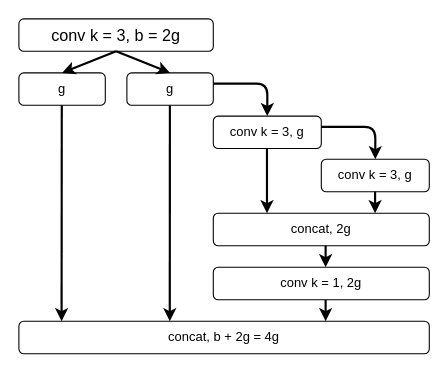
zjie134/blog_pic keeps this draw.io diagram as CSPOSANet.drawio. Above is the earlier version. Source tidied: cells renumbered, new cells numbered last; positions are measured from the earlier drawing's top-left corner, leaving out a move shared by most shapes. Both pictures are drawn from the tidied source at 108%, with x=0, y=0 at pixel (18, 18).
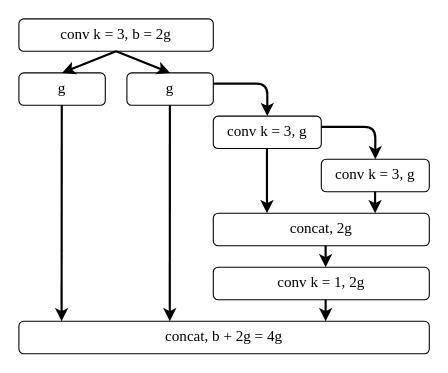
The same diagram, later.

Change to the diagram source:
```diff
@@
-    <mxCell id="2" value="&lt;font style=&quot;font-size: 15px&quot;&gt;conv k = 3, b = 2g&lt;/font&gt;" style="rounded=1;whiteSpace=wrap;html=1;" parent="1" vertex="1">
+    <mxCell id="2" value="&lt;font style=&quot;font-size: 14px&quot;&gt;conv k = 3, b = 2g&lt;/font&gt;" style="rounded=1;whiteSpace=wrap;html=1;verticalAlign=middle;fontFamily=Times New Roman;" parent="1" vertex="1">
       <mxGeometry width="180" height="30" as="geometry" />
     </mxCell>
-    <mxCell id="3" value="g" style="rounded=1;whiteSpace=wrap;html=1;" parent="1" vertex="1">
+    <mxCell id="3" value="&lt;font style=&quot;font-size: 14px&quot;&gt;g&lt;/font&gt;" style="rounded=1;whiteSpace=wrap;html=1;verticalAlign=middle;fontFamily=Times New Roman;" parent="1" vertex="1">
       <mxGeometry y="50" width="80" height="30" as="geometry" />
     </mxCell>
-    <mxCell id="4" value="g" style="rounded=1;whiteSpace=wrap;html=1;" parent="1" vertex="1">
+    <mxCell id="4" value="&lt;font style=&quot;font-size: 14px&quot;&gt;g&lt;/font&gt;" style="rounded=1;whiteSpace=wrap;html=1;verticalAlign=middle;fontFamily=Times New Roman;" parent="1" vertex="1">
       <mxGeometry x="100" y="50" width="80" height="30" as="geometry" />
     </mxCell>
-    <mxCell id="5" value="conv k = 3, g" style="rounded=1;whiteSpace=wrap;html=1;" parent="1" vertex="1">
+    <mxCell id="5" value="&lt;font style=&quot;font-size: 14px&quot;&gt;conv k = 3, g&lt;/font&gt;" style="rounded=1;whiteSpace=wrap;html=1;verticalAlign=middle;fontFamily=Times New Roman;" parent="1" vertex="1">
       <mxGeometry x="180" y="90" width="100" height="30" as="geometry" />
     </mxCell>
-    <mxCell id="6" value="conv k = 3, g" style="rounded=1;whiteSpace=wrap;html=1;" parent="1" vertex="1">
+    <mxCell id="6" value="&lt;font style=&quot;font-size: 14px&quot;&gt;conv k = 3, g&lt;/font&gt;" style="rounded=1;whiteSpace=wrap;html=1;verticalAlign=middle;fontFamily=Times New Roman;" parent="1" vertex="1">
       <mxGeometry x="280" y="130" width="100" height="30" as="geometry" />
     </mxCell>
-    <mxCell id="7" value="concat, 2g" style="rounded=1;whiteSpace=wrap;html=1;" parent="1" vertex="1">
+    <mxCell id="7" value="&lt;font style=&quot;font-size: 14px&quot;&gt;concat, 2g&lt;/font&gt;" style="rounded=1;whiteSpace=wrap;html=1;verticalAlign=middle;fontFamily=Times New Roman;" parent="1" vertex="1">
       <mxGeometry x="180" y="180" width="200" height="30" as="geometry" />
     </mxCell>
-    <mxCell id="8" value="conv k = 1, 2g" style="rounded=1;whiteSpace=wrap;html=1;" parent="1" vertex="1">
+    <mxCell id="8" value="&lt;font style=&quot;font-size: 14px&quot;&gt;conv k = 1, 2g&lt;/font&gt;" style="rounded=1;whiteSpace=wrap;html=1;verticalAlign=middle;fontFamily=Times New Roman;" parent="1" vertex="1">
       <mxGeometry x="180" y="230" width="200" height="30" as="geometry" />
     </mxCell>
-    <mxCell id="9" value="concat, b + 2g = 4g" style="rounded=1;whiteSpace=wrap;html=1;" parent="1" vertex="1">
+    <mxCell id="9" value="&lt;font style=&quot;font-size: 14px&quot;&gt;concat, b + 2g = 4g&lt;/font&gt;" style="rounded=1;whiteSpace=wrap;html=1;verticalAlign=middle;fontFamily=Times New Roman;" parent="1" vertex="1">
       <mxGeometry y="280" width="380" height="30" as="geometry" />
     </mxCell>
-    <mxCell id="10" style="endArrow=classic;html=1;strokeWidth=2;entryX=0.104;entryY=0;entryDx=0;entryDy=0;entryPerimeter=0;" parent="1" edge="1" target="9">
+    <mxCell id="10" style="endArrow=classic;html=1;strokeWidth=2;entryX=0.104;entryY=0;entryDx=0;entryDy=0;entryPerimeter=0;verticalAlign=middle;fontFamily=Times New Roman;" parent="1" edge="1" target="9">
       <mxGeometry relative="1" as="geometry">
         <mxPoint x="39.7" y="80" as="sourcePoint" />
       </mxGeometry>
     </mxCell>
-    <mxCell id="11" style="endArrow=classic;html=1;strokeWidth=2;entryX=0.104;entryY=0;entryDx=0;entryDy=0;entryPerimeter=0;" parent="1" edge="1">
+    <mxCell id="11" style="endArrow=classic;html=1;strokeWidth=2;entryX=0.104;entryY=0;entryDx=0;entryDy=0;entryPerimeter=0;verticalAlign=middle;fontFamily=Times New Roman;" parent="1" edge="1">
       <mxGeometry relative="1" as="geometry">
         <mxPoint x="139.8" y="80" as="sourcePoint" />
         <mxPoint x="139.7" y="280" as="targetPoint" />
       </mxGeometry>
     </mxCell>
-    <mxCell id="12" style="endArrow=classic;html=1;strokeWidth=2;" parent="1" edge="1">
+    <mxCell id="12" style="endArrow=classic;html=1;strokeWidth=2;verticalAlign=middle;fontFamily=Times New Roman;" parent="1" edge="1">
       <mxGeometry relative="1" as="geometry">
         <mxPoint x="90" y="30" as="sourcePoint" />
         <mxPoint x="140" y="50" as="targetPoint" />
       </mxGeometry>
     </mxCell>
-    <mxCell id="13" style="endArrow=classic;html=1;strokeWidth=2;entryX=0.5;entryY=0;entryDx=0;entryDy=0;" parent="1" edge="1" target="3">
+    <mxCell id="13" style="endArrow=classic;html=1;strokeWidth=2;entryX=0.5;entryY=0;entryDx=0;entryDy=0;verticalAlign=middle;fontFamily=Times New Roman;" parent="1" edge="1" target="3">
       <mxGeometry relative="1" as="geometry">
         <mxPoint x="90" y="30" as="sourcePoint" />
       </mxGeometry>
     </mxCell>
-    <mxCell id="14" style="endArrow=classic;html=1;strokeWidth=2;" parent="1" edge="1">
+    <mxCell id="14" style="endArrow=classic;html=1;strokeWidth=2;verticalAlign=middle;fontFamily=Times New Roman;" parent="1" edge="1">
       <mxGeometry relative="1" as="geometry">
         <mxPoint x="229.7" y="120" as="sourcePoint" />
         <mxPoint x="229.7" y="180" as="targetPoint" />
       </mxGeometry>
     </mxCell>
-    <mxCell id="15" style="edgeStyle=segmentEdgeStyle;endArrow=classic;html=1;strokeWidth=2;entryX=0.5;entryY=0;entryDx=0;entryDy=0;" parent="1" edge="1" target="5">
+    <mxCell id="15" style="edgeStyle=segmentEdgeStyle;endArrow=classic;html=1;strokeWidth=2;entryX=0.5;entryY=0;entryDx=0;entryDy=0;verticalAlign=middle;fontFamily=Times New Roman;" parent="1" edge="1" target="5">
       <mxGeometry relative="1" as="geometry">
         <mxPoint x="180" y="60" as="sourcePoint" />
         <Array as="points">
           <mxPoint x="230" y="60" />
         </Array>
       </mxGeometry>
     </mxCell>
-    <mxCell id="16" style="edgeStyle=segmentEdgeStyle;endArrow=classic;html=1;strokeWidth=2;entryX=0.5;entryY=0;entryDx=0;entryDy=0;" parent="1" edge="1">
+    <mxCell id="16" style="edgeStyle=segmentEdgeStyle;endArrow=classic;html=1;strokeWidth=2;entryX=0.5;entryY=0;entryDx=0;entryDy=0;verticalAlign=middle;fontFamily=Times New Roman;" parent="1" edge="1">
       <mxGeometry relative="1" as="geometry">
         <mxPoint x="280" y="100" as="sourcePoint" />
         <mxPoint x="330" y="130" as="targetPoint" />
         <Array as="points">
           <mxPoint x="330" y="100" />
         </Array>
       </mxGeometry>
     </mxCell>
-    <mxCell id="17" style="endArrow=classic;html=1;strokeWidth=2;" parent="1" edge="1">
+    <mxCell id="17" style="endArrow=classic;html=1;strokeWidth=2;verticalAlign=middle;fontFamily=Times New Roman;" parent="1" edge="1">
       <mxGeometry relative="1" as="geometry">
         <mxPoint x="329.8" y="160" as="sourcePoint" />
         <mxPoint x="329.8" y="180" as="targetPoint" />
       </mxGeometry>
     </mxCell>
-    <mxCell id="18" style="endArrow=classic;html=1;strokeWidth=2;" parent="1" edge="1">
+    <mxCell id="18" style="endArrow=classic;html=1;strokeWidth=2;verticalAlign=middle;fontFamily=Times New Roman;" parent="1" edge="1">
       <mxGeometry relative="1" as="geometry">
         <mxPoint x="284" y="210" as="sourcePoint" />
         <mxPoint x="284" y="230" as="targetPoint" />
       </mxGeometry>
     </mxCell>
-    <mxCell id="19" style="endArrow=classic;html=1;strokeWidth=2;" parent="1" edge="1">
+    <mxCell id="19" style="endArrow=classic;html=1;strokeWidth=2;verticalAlign=middle;fontFamily=Times New Roman;" parent="1" edge="1">
       <mxGeometry relative="1" as="geometry">
         <mxPoint x="284" y="260" as="sourcePoint" />
         <mxPoint x="284" y="280" as="targetPoint" />
       </mxGeometry>
     </mxCell>
```
